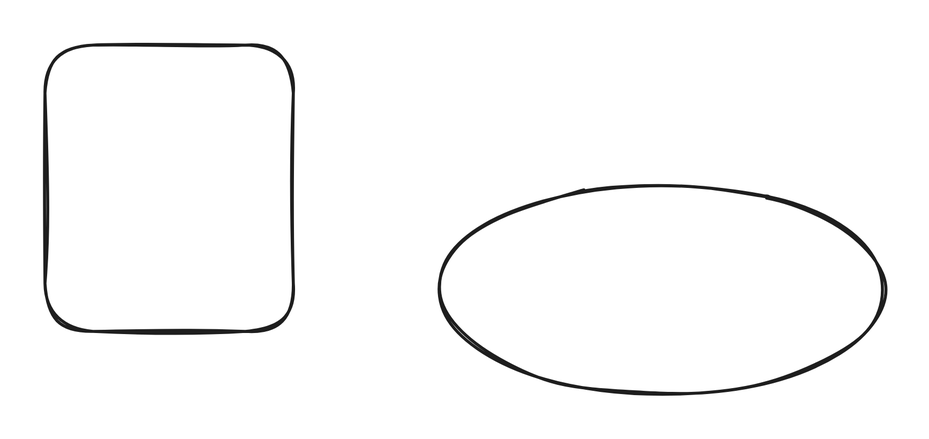
addisonschultz/midjourney-docs keeps this Excalidraw diagram as .gitbook/assets/file.excalidraw (1).svg. Above is the earlier version. Source tidied: one line per element, renumbered; positions are measured from the earlier drawing's top-left corner, leaving out a move shared by most shapes.
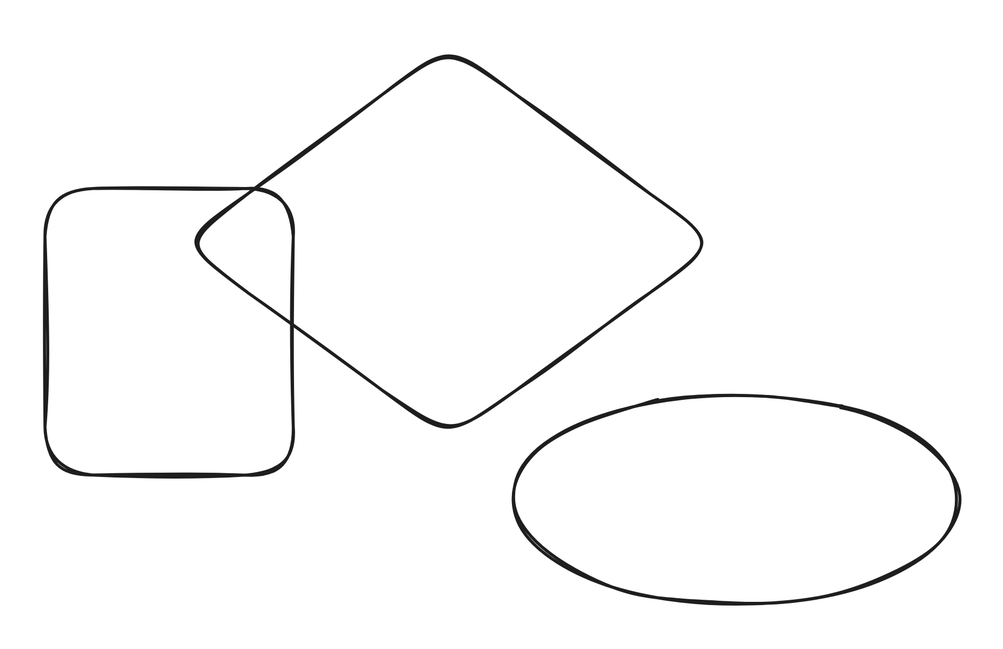
Above is the later version.

Commit message:
GITBOOK-26: No subject

The edit, as a diff of the source:
```diff
@@ -1,2 +1,3 @@
 {"id": 0, "type": "rectangle", "strokeColor": "#1e1e1e", "strokeWidth": 2, "roughness": 1, "round": true, "x": 0, "y": 0, "width": 166, "height": 191}
-{"id": 1, "type": "ellipse", "strokeColor": "#1e1e1e", "strokeWidth": 2, "roughness": 1, "round": true, "x": 264, "y": 93, "width": 296, "height": 140}
+{"id": 1, "type": "ellipse", "strokeColor": "#1e1e1e", "strokeWidth": 2, "roughness": 1, "round": true, "x": 313, "y": 137, "width": 296, "height": 140}
+{"id": 2, "type": "diamond", "strokeColor": "#1e1e1e", "strokeWidth": 2, "roughness": 1, "round": true, "x": 91, "y": -96, "width": 358, "height": 263}
```
